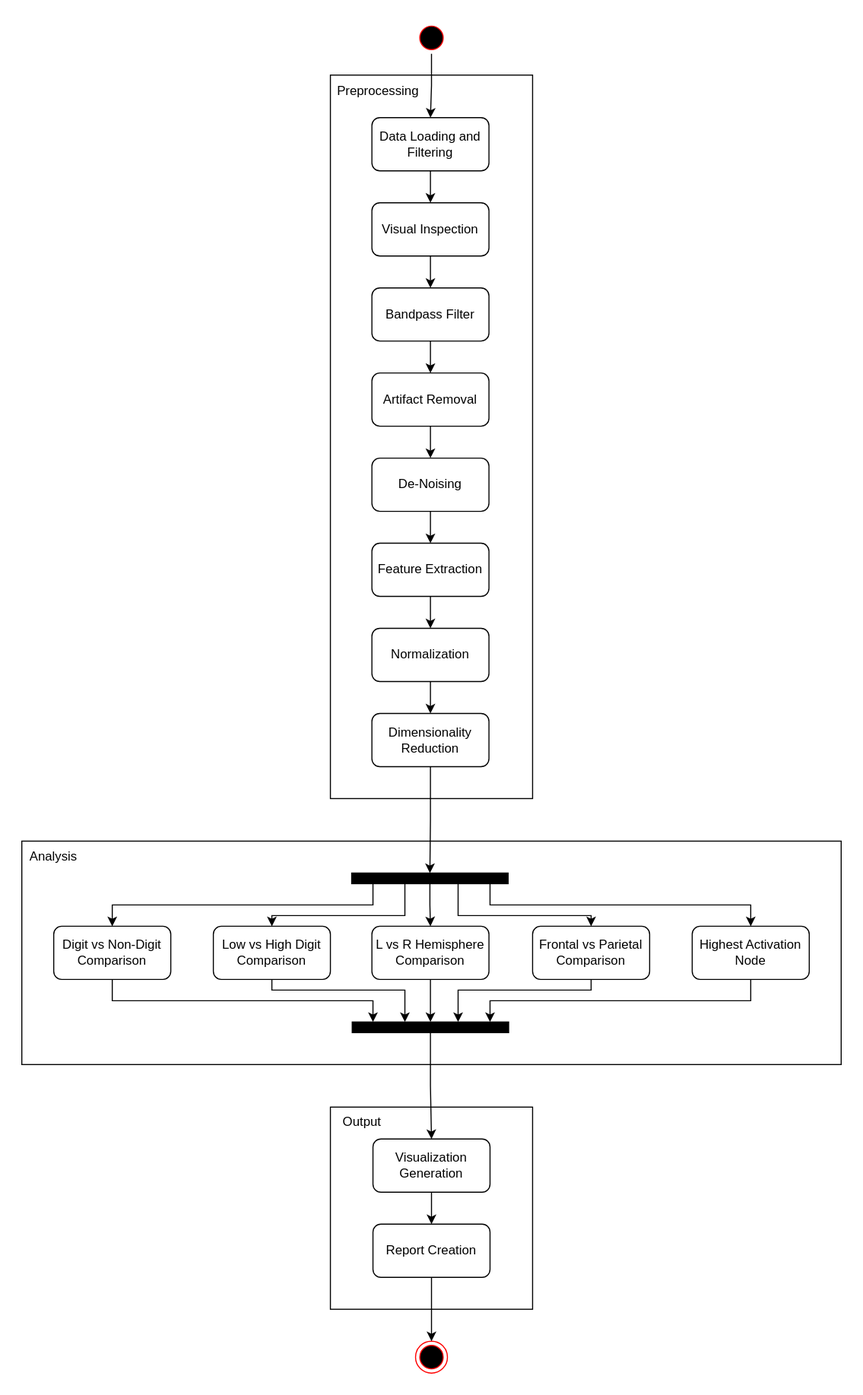
tauqeerrumaney/RSE_2 keeps this draw.io diagram as docs/activity_diagram.svg. Above is the earlier version. Source tidied: cells renumbered, new cells last; positions are measured from the earlier drawing's top-left corner, leaving out a move shared by most shapes.
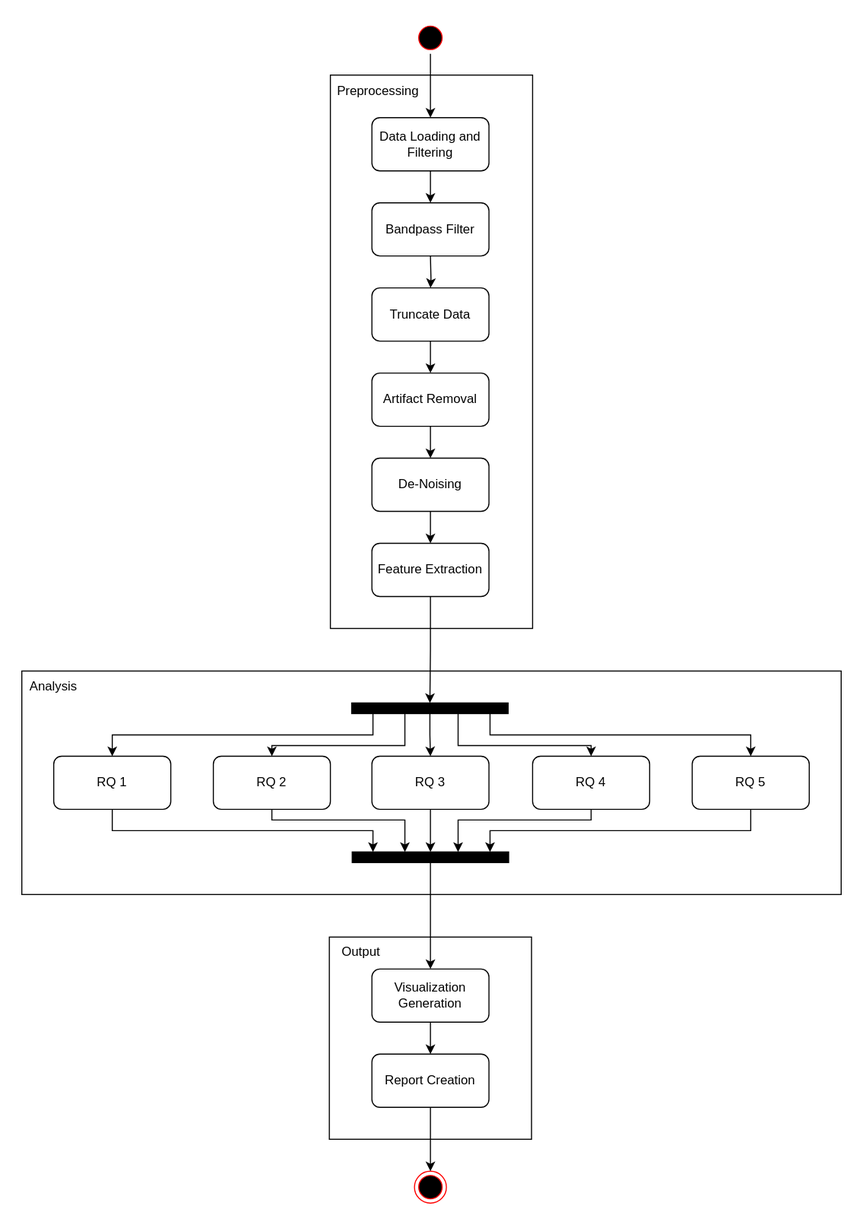
Above is the later version.

Change to the diagram source:
```diff
@@ -2,38 +2,45 @@
   <root>
     <mxCell id="0" />
     <mxCell id="1" parent="0" />
+    <mxCell id="47" style="rounded=0;whiteSpace=wrap;html=1;glass=0;fillColor=none;align=center;" parent="1" vertex="1">
+      <mxGeometry x="289" y="860" width="190" height="190" as="geometry" />
+    </mxCell>
     <mxCell id="2" style="rounded=0;whiteSpace=wrap;html=1;glass=0;fillColor=none;align=center;" parent="1" vertex="1">
-      <mxGeometry y="770" width="770" height="210" as="geometry" />
+      <mxGeometry y="610" width="770" height="210" as="geometry" />
     </mxCell>
     <mxCell id="3" style="rounded=0;whiteSpace=wrap;html=1;glass=0;fillColor=none;align=center;" parent="1" vertex="1">
-      <mxGeometry x="290" y="50" width="190" height="680" as="geometry" />
+      <mxGeometry x="290" y="50" width="190" height="520" as="geometry" />
     </mxCell>
     <mxCell id="4" style="edgeStyle=orthogonalEdgeStyle;rounded=0;jettySize=auto;html=1;" parent="1" edge="1" source="5" target="7">
       <mxGeometry relative="1" as="geometry" />
     </mxCell>
     <mxCell id="5" style="ellipse;html=1;shape=startState;fillColor=#000000;strokeColor=#ff0000;" parent="1" vertex="1">
-      <mxGeometry x="370" width="30" height="30" as="geometry" />
+      <mxGeometry x="369" width="30" height="30" as="geometry" />
     </mxCell>
-    <mxCell id="6" style="edgeStyle=orthogonalEdgeStyle;rounded=0;jettySize=auto;html=1;" parent="1" edge="1" source="7" target="9">
-      <mxGeometry relative="1" as="geometry" />
+    <mxCell id="6" style="edgeStyle=orthogonalEdgeStyle;rounded=0;jettySize=auto;html=1;" parent="1" edge="1" target="9">
+      <mxGeometry relative="1" as="geometry">
+        <mxPoint x="384" y="220" as="sourcePoint" />
+      </mxGeometry>
     </mxCell>
+    <mxCell id="49" style="edgeStyle=orthogonalEdgeStyle;rounded=0;jettySize=auto;html=1;" parent="1" edge="1" source="7" target="12">
+      <mxGeometry relative="1" as="geometry" />
+    </mxCell>
     <mxCell id="7" value="Data Loading and Filtering" style="html=1;whiteSpace=wrap;glass=0;rounded=1;" parent="1" vertex="1">
       <mxGeometry x="329" y="90" width="110" height="50" as="geometry" />
     </mxCell>
-    <mxCell id="8" style="edgeStyle=orthogonalEdgeStyle;rounded=0;jettySize=auto;html=1;" parent="1" edge="1" source="9" target="12">
-      <mxGeometry relative="1" as="geometry" />
+    <mxCell id="8" style="edgeStyle=orthogonalEdgeStyle;rounded=0;jettySize=auto;html=1;" parent="1" edge="1" source="9">
+      <mxGeometry relative="1" as="geometry">
+        <mxPoint x="384" y="330" as="targetPoint" />
+      </mxGeometry>
     </mxCell>
-    <mxCell id="9" value="Visual Inspection" style="html=1;whiteSpace=wrap;rounded=1;" parent="1" vertex="1">
-      <mxGeometry x="329" y="170" width="110" height="50" as="geometry" />
+    <mxCell id="9" value="Truncate Data" style="html=1;whiteSpace=wrap;rounded=1;" parent="1" vertex="1">
+      <mxGeometry x="329" y="250" width="110" height="50" as="geometry" />
     </mxCell>
     <mxCell id="10" style="ellipse;html=1;shape=endState;fillColor=#000000;strokeColor=#ff0000;" parent="1" vertex="1">
-      <mxGeometry x="370" y="1240" width="30" height="30" as="geometry" />
+      <mxGeometry x="369" y="1080" width="30" height="30" as="geometry" />
     </mxCell>
-    <mxCell id="11" style="edgeStyle=orthogonalEdgeStyle;rounded=0;jettySize=auto;html=1;" parent="1" edge="1" source="12" target="14">
-      <mxGeometry relative="1" as="geometry" />
-    </mxCell>
     <mxCell id="12" value="Bandpass Filter" style="html=1;whiteSpace=wrap;rounded=1;" parent="1" vertex="1">
-      <mxGeometry x="329" y="250" width="110" height="50" as="geometry" />
+      <mxGeometry x="329" y="170" width="110" height="50" as="geometry" />
     </mxCell>
     <mxCell id="13" style="edgeStyle=orthogonalEdgeStyle;rounded=0;jettySize=auto;html=1;" parent="1" edge="1" source="14" target="16">
       <mxGeometry relative="1" as="geometry" />
@@ -47,24 +54,12 @@
     <mxCell id="16" value="De-Noising" style="html=1;whiteSpace=wrap;rounded=1;" parent="1" vertex="1">
       <mxGeometry x="329" y="410" width="110" height="50" as="geometry" />
     </mxCell>
-    <mxCell id="17" style="edgeStyle=orthogonalEdgeStyle;rounded=0;jettySize=auto;html=1;" parent="1" edge="1" source="18" target="20">
-      <mxGeometry relative="1" as="geometry" />
-    </mxCell>
+    <mxCell id="50" style="edgeStyle=orthogonalEdgeStyle;rounded=0;jettySize=auto;html=1;entryX=0.5;entryY=0;entryDx=0;entryDy=0;" parent="1" edge="1" source="18" target="29">
+      <mxGeometry relative="1" as="geometry" />
+    </mxCell>
     <mxCell id="18" value="Feature Extraction" style="html=1;whiteSpace=wrap;rounded=1;" parent="1" vertex="1">
       <mxGeometry x="329" y="490" width="110" height="50" as="geometry" />
     </mxCell>
-    <mxCell id="19" style="edgeStyle=orthogonalEdgeStyle;rounded=0;jettySize=auto;html=1;" parent="1" edge="1" source="20" target="22">
-      <mxGeometry relative="1" as="geometry" />
-    </mxCell>
-    <mxCell id="20" value="Normalization" style="html=1;whiteSpace=wrap;rounded=1;" parent="1" vertex="1">
-      <mxGeometry x="329" y="570" width="110" height="50" as="geometry" />
-    </mxCell>
-    <mxCell id="21" style="edgeStyle=orthogonalEdgeStyle;rounded=0;jettySize=auto;html=1;" parent="1" edge="1" source="22" target="29">
-      <mxGeometry relative="1" as="geometry" />
-    </mxCell>
-    <mxCell id="22" value="Dimensionality Reduction" style="html=1;whiteSpace=wrap;rounded=1;" parent="1" vertex="1">
-      <mxGeometry x="329" y="650" width="110" height="50" as="geometry" />
-    </mxCell>
     <mxCell id="23" value="Preprocessing" style="text;html=1;align=center;verticalAlign=middle;whiteSpace=wrap;rounded=0;" parent="1" vertex="1">
       <mxGeometry x="290" y="50" width="90" height="30" as="geometry" />
     </mxCell>
@@ -74,114 +69,111 @@
     <mxCell id="25" style="edgeStyle=orthogonalEdgeStyle;rounded=0;jettySize=auto;html=1;" parent="1" edge="1" source="29" target="37">
       <mxGeometry relative="1" as="geometry">
         <Array as="points">
-          <mxPoint x="410" y="840" />
-          <mxPoint x="535" y="840" />
+          <mxPoint x="410" y="680" />
+          <mxPoint x="535" y="680" />
         </Array>
       </mxGeometry>
     </mxCell>
     <mxCell id="26" style="edgeStyle=orthogonalEdgeStyle;rounded=0;jettySize=auto;html=1;" parent="1" edge="1" source="29" target="39">
       <mxGeometry relative="1" as="geometry">
         <Array as="points">
-          <mxPoint x="440" y="830" />
-          <mxPoint x="685" y="830" />
+          <mxPoint x="440" y="670" />
+          <mxPoint x="685" y="670" />
         </Array>
       </mxGeometry>
     </mxCell>
     <mxCell id="27" style="edgeStyle=orthogonalEdgeStyle;rounded=0;jettySize=auto;html=1;" parent="1" edge="1" source="29" target="31">
       <mxGeometry relative="1" as="geometry">
         <Array as="points">
-          <mxPoint x="360" y="840" />
-          <mxPoint x="235" y="840" />
+          <mxPoint x="360" y="680" />
+          <mxPoint x="235" y="680" />
         </Array>
       </mxGeometry>
     </mxCell>
     <mxCell id="28" style="edgeStyle=orthogonalEdgeStyle;rounded=0;jettySize=auto;html=1;" parent="1" edge="1" source="29" target="35">
       <mxGeometry relative="1" as="geometry">
         <Array as="points">
-          <mxPoint x="330" y="830" />
-          <mxPoint x="85" y="830" />
+          <mxPoint x="330" y="670" />
+          <mxPoint x="85" y="670" />
         </Array>
       </mxGeometry>
     </mxCell>
     <mxCell id="29" style="whiteSpace=wrap;html=1;rounded=0;shadow=0;comic=0;labelBackgroundColor=none;strokeWidth=1;fillColor=#000000;fontFamily=Verdana;fontSize=12;align=center;rotation=0;" parent="1" vertex="1">
-      <mxGeometry x="310" y="800" width="147" height="10" as="geometry" />
+      <mxGeometry x="310" y="640" width="147" height="10" as="geometry" />
     </mxCell>
     <mxCell id="30" style="edgeStyle=orthogonalEdgeStyle;rounded=0;jettySize=auto;html=1;" parent="1" edge="1" source="31" target="41">
       <mxGeometry relative="1" as="geometry">
         <Array as="points">
-          <mxPoint x="235" y="910" />
-          <mxPoint x="360" y="910" />
+          <mxPoint x="235" y="750" />
+          <mxPoint x="360" y="750" />
         </Array>
       </mxGeometry>
     </mxCell>
-    <mxCell id="31" value="Low vs High Digit Comparison" style="html=1;whiteSpace=wrap;rounded=1;" parent="1" vertex="1">
-      <mxGeometry x="180" y="850" width="110" height="50" as="geometry" />
+    <mxCell id="31" value="RQ 2" style="html=1;whiteSpace=wrap;rounded=1;" parent="1" vertex="1">
+      <mxGeometry x="180" y="690" width="110" height="50" as="geometry" />
     </mxCell>
     <mxCell id="32" style="edgeStyle=orthogonalEdgeStyle;rounded=0;jettySize=auto;html=1;entryX=0.5;entryY=0;entryDx=0;entryDy=0;" parent="1" edge="1" source="33" target="41">
       <mxGeometry relative="1" as="geometry" />
     </mxCell>
-    <mxCell id="33" value="L vs R Hemisphere Comparison" style="html=1;whiteSpace=wrap;rounded=1;" parent="1" vertex="1">
-      <mxGeometry x="329" y="850" width="110" height="50" as="geometry" />
+    <mxCell id="33" value="RQ 3" style="html=1;whiteSpace=wrap;rounded=1;" parent="1" vertex="1">
+      <mxGeometry x="329" y="690" width="110" height="50" as="geometry" />
     </mxCell>
     <mxCell id="34" style="edgeStyle=orthogonalEdgeStyle;rounded=0;jettySize=auto;html=1;" parent="1" edge="1" source="35" target="41">
       <mxGeometry relative="1" as="geometry">
         <Array as="points">
-          <mxPoint x="85" y="920" />
-          <mxPoint x="330" y="920" />
+          <mxPoint x="85" y="760" />
+          <mxPoint x="330" y="760" />
         </Array>
       </mxGeometry>
     </mxCell>
-    <mxCell id="35" value="Digit vs Non-Digit Comparison" style="html=1;whiteSpace=wrap;rounded=1;" parent="1" vertex="1">
-      <mxGeometry x="30" y="850" width="110" height="50" as="geometry" />
+    <mxCell id="35" value="RQ 1" style="html=1;whiteSpace=wrap;rounded=1;" parent="1" vertex="1">
+      <mxGeometry x="30" y="690" width="110" height="50" as="geometry" />
     </mxCell>
     <mxCell id="36" style="edgeStyle=orthogonalEdgeStyle;rounded=0;jettySize=auto;html=1;" parent="1" edge="1" source="37" target="41">
       <mxGeometry relative="1" as="geometry">
         <Array as="points">
-          <mxPoint x="535" y="910" />
-          <mxPoint x="410" y="910" />
+          <mxPoint x="535" y="750" />
+          <mxPoint x="410" y="750" />
         </Array>
       </mxGeometry>
     </mxCell>
-    <mxCell id="37" value="Frontal vs Parietal Comparison" style="html=1;whiteSpace=wrap;rounded=1;" parent="1" vertex="1">
-      <mxGeometry x="480" y="850" width="110" height="50" as="geometry" />
+    <mxCell id="37" value="RQ 4" style="html=1;whiteSpace=wrap;rounded=1;" parent="1" vertex="1">
+      <mxGeometry x="480" y="690" width="110" height="50" as="geometry" />
     </mxCell>
     <mxCell id="38" style="edgeStyle=orthogonalEdgeStyle;rounded=0;jettySize=auto;html=1;" parent="1" edge="1" source="39" target="41">
       <mxGeometry relative="1" as="geometry">
         <Array as="points">
-          <mxPoint x="685" y="920" />
-          <mxPoint x="440" y="920" />
+          <mxPoint x="685" y="760" />
+          <mxPoint x="440" y="760" />
         </Array>
       </mxGeometry>
     </mxCell>
-    <mxCell id="39" value="Highest Activation Node" style="html=1;whiteSpace=wrap;rounded=1;" parent="1" vertex="1">
-      <mxGeometry x="630" y="850" width="110" height="50" as="geometry" />
+    <mxCell id="39" value="RQ 5" style="html=1;whiteSpace=wrap;rounded=1;" parent="1" vertex="1">
+      <mxGeometry x="630" y="690" width="110" height="50" as="geometry" />
     </mxCell>
     <mxCell id="40" style="edgeStyle=orthogonalEdgeStyle;rounded=0;jettySize=auto;html=1;" parent="1" edge="1" source="41" target="44">
       <mxGeometry relative="1" as="geometry" />
     </mxCell>
     <mxCell id="41" style="whiteSpace=wrap;html=1;rounded=0;shadow=0;comic=0;labelBackgroundColor=none;strokeWidth=1;fillColor=#000000;fontFamily=Verdana;fontSize=12;align=center;rotation=0;" parent="1" vertex="1">
-      <mxGeometry x="310.5" y="940" width="147" height="10" as="geometry" />
+      <mxGeometry x="310.5" y="780" width="147" height="10" as="geometry" />
     </mxCell>
     <mxCell id="42" value="Analysis" style="text;html=1;align=center;verticalAlign=middle;whiteSpace=wrap;rounded=0;" parent="1" vertex="1">
-      <mxGeometry y="770" width="60" height="30" as="geometry" />
+      <mxGeometry y="610" width="60" height="30" as="geometry" />
     </mxCell>
     <mxCell id="43" style="edgeStyle=orthogonalEdgeStyle;rounded=0;jettySize=auto;html=1;" parent="1" edge="1" source="44" target="46">
       <mxGeometry relative="1" as="geometry" />
     </mxCell>
     <mxCell id="44" value="Visualization Generation" style="html=1;whiteSpace=wrap;rounded=1;" parent="1" vertex="1">
-      <mxGeometry x="330" y="1050" width="110" height="50" as="geometry" />
+      <mxGeometry x="329" y="890" width="110" height="50" as="geometry" />
     </mxCell>
     <mxCell id="45" style="edgeStyle=orthogonalEdgeStyle;rounded=0;jettySize=auto;html=1;" parent="1" edge="1" source="46" target="10">
       <mxGeometry relative="1" as="geometry" />
     </mxCell>
     <mxCell id="46" value="Report Creation" style="html=1;whiteSpace=wrap;rounded=1;" parent="1" vertex="1">
-      <mxGeometry x="330" y="1130" width="110" height="50" as="geometry" />
+      <mxGeometry x="329" y="970" width="110" height="50" as="geometry" />
     </mxCell>
-    <mxCell id="47" style="rounded=0;whiteSpace=wrap;html=1;glass=0;fillColor=none;align=center;" parent="1" vertex="1">
-      <mxGeometry x="290" y="1020" width="190" height="190" as="geometry" />
-    </mxCell>
     <mxCell id="48" value="Output" style="text;html=1;align=center;verticalAlign=middle;whiteSpace=wrap;rounded=0;" parent="1" vertex="1">
-      <mxGeometry x="290" y="1019" width="60" height="30" as="geometry" />
+      <mxGeometry x="289" y="859" width="60" height="30" as="geometry" />
     </mxCell>
   </root>
 </mxGraphModel>
```
